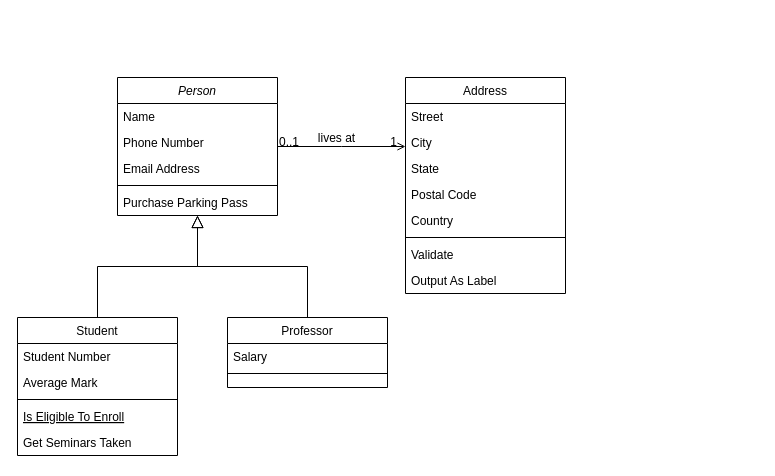
Before: shared/Diagrams.net/Class Diagram.drawio in messiasGeovani/specialister-docs, a draw.io diagram. Source tidied: cells renumbered, new cells numbered last; positions are measured from the earlier drawing's top-left corner, leaving out a move shared by most shapes. Both pictures are drawn from the tidied source at 100%, with x=0, y=0 at pixel (17, 77).
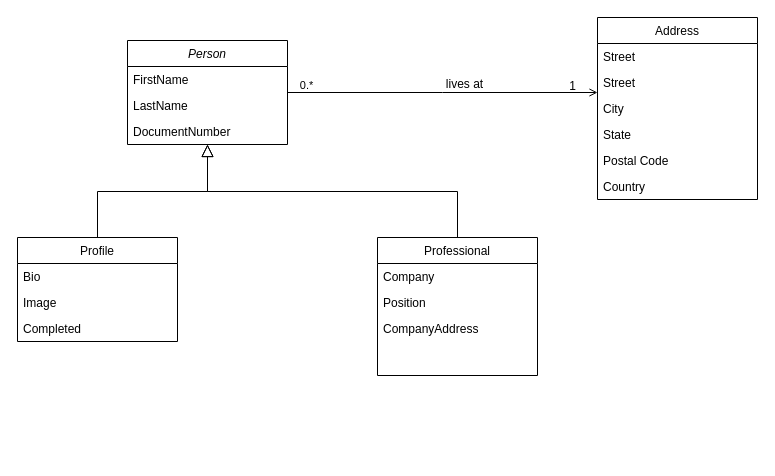
Above is the later version.

Diff of the diagram source:
```diff
@@
     <mxCell id="2" value="Person" style="swimlane;fontStyle=2;align=center;verticalAlign=top;horizontal=1;startSize=26;rounded=0;shadow=0;strokeWidth=1;" parent="1" vertex="1">
-      <mxGeometry x="100" width="160" height="138" as="geometry" />
+      <mxGeometry x="110" y="-37" width="160" height="104" as="geometry" />
     </mxCell>
-    <mxCell id="3" value="Name" style="text;align=left;verticalAlign=top;spacingLeft=4;spacingRight=4;overflow=hidden;" parent="2" vertex="1">
+    <mxCell id="3" value="FirstName" style="text;align=left;verticalAlign=top;spacingLeft=4;spacingRight=4;overflow=hidden;" parent="2" vertex="1">
       <mxGeometry y="26" width="160" height="26" as="geometry" />
     </mxCell>
-    <mxCell id="4" value="Phone Number" style="text;align=left;verticalAlign=top;spacingLeft=4;spacingRight=4;overflow=hidden;rounded=0;shadow=0;html=0;" parent="2" vertex="1">
+    <mxCell id="4" value="LastName" style="text;align=left;verticalAlign=top;spacingLeft=4;spacingRight=4;overflow=hidden;rounded=0;shadow=0;html=0;" parent="2" vertex="1">
       <mxGeometry y="52" width="160" height="26" as="geometry" />
     </mxCell>
-    <mxCell id="5" value="Email Address" style="text;align=left;verticalAlign=top;spacingLeft=4;spacingRight=4;overflow=hidden;rounded=0;shadow=0;html=0;" parent="2" vertex="1">
+    <mxCell id="5" value="DocumentNumber" style="text;align=left;verticalAlign=top;spacingLeft=4;spacingRight=4;overflow=hidden;rounded=0;shadow=0;html=0;" parent="2" vertex="1">
       <mxGeometry y="78" width="160" height="26" as="geometry" />
     </mxCell>
-    <mxCell id="6" style="line;html=1;strokeWidth=1;align=left;verticalAlign=middle;spacingTop=-1;spacingLeft=3;spacingRight=3;labelPosition=right;" parent="2" vertex="1">
-      <mxGeometry y="104" width="160" height="8" as="geometry" />
-    </mxCell>
-    <mxCell id="7" value="Purchase Parking Pass" style="text;align=left;verticalAlign=top;spacingLeft=4;spacingRight=4;overflow=hidden;" parent="2" vertex="1">
-      <mxGeometry y="112" width="160" height="26" as="geometry" />
-    </mxCell>
-    <mxCell id="8" value="Student" style="swimlane;fontStyle=0;align=center;verticalAlign=top;horizontal=1;startSize=26;rounded=0;shadow=0;strokeWidth=1;" parent="1" vertex="1">
-      <mxGeometry y="240" width="160" height="138" as="geometry" />
+    <mxCell id="8" value="Professional" style="swimlane;fontStyle=0;align=center;verticalAlign=top;horizontal=1;startSize=26;rounded=0;shadow=0;strokeWidth=1;" parent="1" vertex="1">
+      <mxGeometry x="360" y="160" width="160" height="138" as="geometry" />
     </mxCell>
-    <mxCell id="9" value="Student Number" style="text;align=left;verticalAlign=top;spacingLeft=4;spacingRight=4;overflow=hidden;" parent="8" vertex="1">
+    <mxCell id="9" value="Company" style="text;align=left;verticalAlign=top;spacingLeft=4;spacingRight=4;overflow=hidden;" parent="8" vertex="1">
       <mxGeometry y="26" width="160" height="26" as="geometry" />
     </mxCell>
-    <mxCell id="10" value="Average Mark" style="text;align=left;verticalAlign=top;spacingLeft=4;spacingRight=4;overflow=hidden;rounded=0;shadow=0;html=0;" parent="8" vertex="1">
+    <mxCell id="10" value="Position" style="text;align=left;verticalAlign=top;spacingLeft=4;spacingRight=4;overflow=hidden;rounded=0;shadow=0;html=0;" parent="8" vertex="1">
       <mxGeometry y="52" width="160" height="26" as="geometry" />
     </mxCell>
-    <mxCell id="11" style="line;html=1;strokeWidth=1;align=left;verticalAlign=middle;spacingTop=-1;spacingLeft=3;spacingRight=3;labelPosition=right;" parent="8" vertex="1">
-      <mxGeometry y="78" width="160" height="8" as="geometry" />
-    </mxCell>
-    <mxCell id="12" value="Is Eligible To Enroll" style="text;align=left;verticalAlign=top;spacingLeft=4;spacingRight=4;overflow=hidden;fontStyle=4;" parent="8" vertex="1">
-      <mxGeometry y="86" width="160" height="26" as="geometry" />
-    </mxCell>
-    <mxCell id="13" value="Get Seminars Taken" style="text;align=left;verticalAlign=top;spacingLeft=4;spacingRight=4;overflow=hidden;" parent="8" vertex="1">
-      <mxGeometry y="112" width="160" height="26" as="geometry" />
-    </mxCell>
+    <mxCell id="32" value="CompanyAddress" style="text;align=left;verticalAlign=top;spacingLeft=4;spacingRight=4;overflow=hidden;rounded=0;shadow=0;html=0;" parent="8" vertex="1">
+      <mxGeometry y="78" width="160" height="26" as="geometry" />
+    </mxCell>
@@
-    <mxCell id="15" value="Professor" style="swimlane;fontStyle=0;align=center;verticalAlign=top;horizontal=1;startSize=26;rounded=0;shadow=0;strokeWidth=1;" parent="1" vertex="1">
-      <mxGeometry x="210" y="240" width="160" height="70" as="geometry" />
+    <mxCell id="15" value="Profile" style="swimlane;fontStyle=0;align=center;verticalAlign=top;horizontal=1;startSize=26;rounded=0;shadow=0;strokeWidth=1;" parent="1" vertex="1">
+      <mxGeometry y="160" width="160" height="104" as="geometry" />
     </mxCell>
-    <mxCell id="16" value="Salary" style="text;align=left;verticalAlign=top;spacingLeft=4;spacingRight=4;overflow=hidden;" parent="15" vertex="1">
+    <mxCell id="16" value="Bio" style="text;align=left;verticalAlign=top;spacingLeft=4;spacingRight=4;overflow=hidden;" parent="15" vertex="1">
       <mxGeometry y="26" width="160" height="26" as="geometry" />
     </mxCell>
-    <mxCell id="17" style="line;html=1;strokeWidth=1;align=left;verticalAlign=middle;spacingTop=-1;spacingLeft=3;spacingRight=3;labelPosition=right;" parent="15" vertex="1">
-      <mxGeometry y="52" width="160" height="8" as="geometry" />
-    </mxCell>
+    <mxCell id="33" value="Image" style="text;align=left;verticalAlign=top;spacingLeft=4;spacingRight=4;overflow=hidden;" parent="15" vertex="1">
+      <mxGeometry y="52" width="160" height="26" as="geometry" />
+    </mxCell>
+    <mxCell id="34" value="Completed" style="text;align=left;verticalAlign=top;spacingLeft=4;spacingRight=4;overflow=hidden;" parent="15" vertex="1">
+      <mxGeometry y="78" width="160" height="26" as="geometry" />
+    </mxCell>
@@
     <mxCell id="19" value="Address" style="swimlane;fontStyle=0;align=center;verticalAlign=top;horizontal=1;startSize=26;rounded=0;shadow=0;strokeWidth=1;" parent="1" vertex="1">
-      <mxGeometry x="388" width="160" height="216" as="geometry" />
+      <mxGeometry x="580" y="-60" width="160" height="182" as="geometry" />
     </mxCell>
+    <mxCell id="35" value="Street" style="text;align=left;verticalAlign=top;spacingLeft=4;spacingRight=4;overflow=hidden;" parent="19" vertex="1">
+      <mxGeometry y="26" width="160" height="26" as="geometry" />
+    </mxCell>
     <mxCell id="20" value="Street" style="text;align=left;verticalAlign=top;spacingLeft=4;spacingRight=4;overflow=hidden;" parent="19" vertex="1">
-      <mxGeometry y="26" width="160" height="26" as="geometry" />
+      <mxGeometry y="52" width="160" height="26" as="geometry" />
     </mxCell>
     <mxCell id="21" value="City" style="text;align=left;verticalAlign=top;spacingLeft=4;spacingRight=4;overflow=hidden;rounded=0;shadow=0;html=0;" parent="19" vertex="1">
-      <mxGeometry y="52" width="160" height="26" as="geometry" />
+      <mxGeometry y="78" width="160" height="26" as="geometry" />
     </mxCell>
     <mxCell id="22" value="State" style="text;align=left;verticalAlign=top;spacingLeft=4;spacingRight=4;overflow=hidden;rounded=0;shadow=0;html=0;" parent="19" vertex="1">
-      <mxGeometry y="78" width="160" height="26" as="geometry" />
+      <mxGeometry y="104" width="160" height="26" as="geometry" />
     </mxCell>
     <mxCell id="23" value="Postal Code" style="text;align=left;verticalAlign=top;spacingLeft=4;spacingRight=4;overflow=hidden;rounded=0;shadow=0;html=0;" parent="19" vertex="1">
-      <mxGeometry y="104" width="160" height="26" as="geometry" />
+      <mxGeometry y="130" width="160" height="26" as="geometry" />
     </mxCell>
     <mxCell id="24" value="Country" style="text;align=left;verticalAlign=top;spacingLeft=4;spacingRight=4;overflow=hidden;rounded=0;shadow=0;html=0;" parent="19" vertex="1">
-      <mxGeometry y="130" width="160" height="26" as="geometry" />
+      <mxGeometry y="156" width="160" height="26" as="geometry" />
     </mxCell>
-    <mxCell id="25" style="line;html=1;strokeWidth=1;align=left;verticalAlign=middle;spacingTop=-1;spacingLeft=3;spacingRight=3;labelPosition=right;" parent="19" vertex="1">
-      <mxGeometry y="156" width="160" height="8" as="geometry" />
-    </mxCell>
-    <mxCell id="26" value="Validate" style="text;align=left;verticalAlign=top;spacingLeft=4;spacingRight=4;overflow=hidden;" parent="19" vertex="1">
-      <mxGeometry y="164" width="160" height="26" as="geometry" />
-    </mxCell>
-    <mxCell id="27" value="Output As Label" style="text;align=left;verticalAlign=top;spacingLeft=4;spacingRight=4;overflow=hidden;" parent="19" vertex="1">
-      <mxGeometry y="190" width="160" height="26" as="geometry" />
-    </mxCell>
-    <mxCell id="28" style="endArrow=open;shadow=0;strokeWidth=1;rounded=0;endFill=1;edgeStyle=elbowEdgeStyle;elbow=vertical;" parent="1" edge="1" source="2" target="19">
+    <mxCell id="28" style="endArrow=open;shadow=0;strokeWidth=1;rounded=0;endFill=1;edgeStyle=elbowEdgeStyle;elbow=vertical;fontFamily=Helvetica;" parent="1" edge="1" source="2" target="19">
       <mxGeometry x="0.5" y="41" relative="1" as="geometry">
         <mxPoint x="-40" y="32" as="offset" />
       </mxGeometry>
     </mxCell>
-    <mxCell id="29" value="0..1" style="align=left;verticalAlign=bottom;labelBackgroundColor=none;fontSize=12;" parent="28" vertex="1">
-      <mxGeometry x="-1" relative="1" as="geometry">
-        <mxPoint y="4" as="offset" />
-      </mxGeometry>
-    </mxCell>
     <mxCell id="30" value="1" style="align=right;verticalAlign=bottom;labelBackgroundColor=none;fontSize=12;" parent="28" vertex="1">
       <mxGeometry x="1" relative="1" as="geometry">
-        <mxPoint x="-7" y="4" as="offset" />
+        <mxPoint x="-20" y="2" as="offset" />
       </mxGeometry>
     </mxCell>
     <mxCell id="31" value="lives at" style="text;html=1;align=center;verticalAlign=middle;labelBackgroundColor=none;rounded=0;shadow=0;strokeWidth=1;fontSize=12;" parent="28" vertex="1">
       <mxGeometry x="0.5" y="49" relative="1" as="geometry">
-        <mxPoint x="-38" y="40" as="offset" />
+        <mxPoint x="-57" y="40" as="offset" />
       </mxGeometry>
     </mxCell>
+    <mxCell id="36" value="0.*" style="edgeLabel;html=1;align=center;verticalAlign=middle;" parent="28" vertex="1">
+      <mxGeometry x="-0.88" y="-1" relative="1" as="geometry">
+        <mxPoint x="-1" y="-9" as="offset" />
+      </mxGeometry>
+    </mxCell>
```
